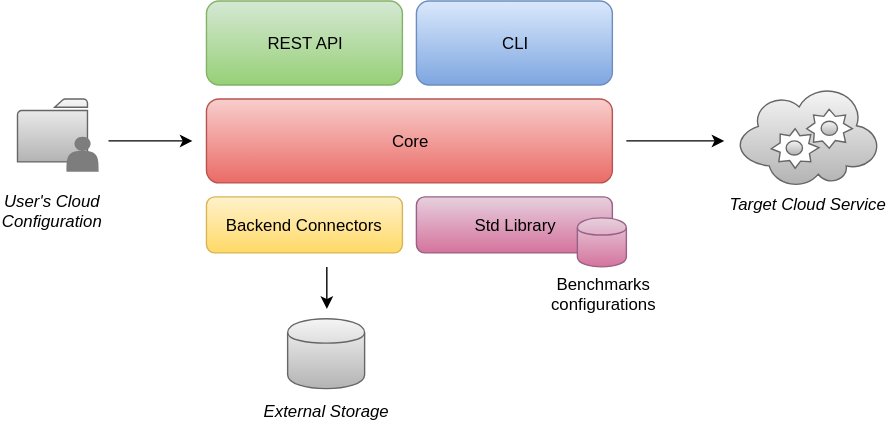
Above: src/images/architecture.svg in benchmarking-suite/benchsuite-docs (draw.io), before the change. Source tidied: cells renumbered, new cells last; positions are measured from the earlier drawing's top-left corner, leaving out a move shared by most shapes. Source of this version:
```xml
<mxGraphModel>
  <root>
    <mxCell id="0" />
    <mxCell id="1" parent="0" />
    <mxCell id="2" value="REST API" style="rounded=1;whiteSpace=wrap;html=1;fillColor=#d5e8d4;strokeColor=#82b366;gradientColor=#97d077;" parent="1" vertex="1">
      <mxGeometry x="135" width="140" height="60" as="geometry" />
    </mxCell>
    <mxCell id="3" value="Core" style="rounded=1;whiteSpace=wrap;html=1;fillColor=#f8cecc;strokeColor=#b85450;gradientColor=#ea6b66;" parent="1" vertex="1">
      <mxGeometry x="135" y="70" width="290" height="60" as="geometry" />
    </mxCell>
    <mxCell id="4" value="CLI" style="rounded=1;whiteSpace=wrap;html=1;fillColor=#dae8fc;strokeColor=#6c8ebf;gradientColor=#7ea6e0;" parent="1" vertex="1">
      <mxGeometry x="285" width="140" height="60" as="geometry" />
    </mxCell>
    <mxCell id="5" style="shape=cylinder;whiteSpace=wrap;html=1;boundedLbl=1;fillColor=#f5f5f5;strokeColor=#666666;gradientColor=#b3b3b3;" parent="1" vertex="1">
      <mxGeometry x="193" y="227" width="55" height="50" as="geometry" />
    </mxCell>
    <mxCell id="6" value="Backend Connectors" style="rounded=1;whiteSpace=wrap;html=1;fillColor=#fff2cc;strokeColor=#d6b656;gradientColor=#ffd966;" parent="1" vertex="1">
      <mxGeometry x="135" y="140" width="140" height="40" as="geometry" />
    </mxCell>
    <mxCell id="7" value="Std Library" style="rounded=1;whiteSpace=wrap;html=1;fillColor=#e6d0de;strokeColor=#996185;gradientColor=#d5739d;" parent="1" vertex="1">
      <mxGeometry x="285" y="140" width="140" height="40" as="geometry" />
    </mxCell>
    <mxCell id="8" style="shape=cylinder;whiteSpace=wrap;html=1;boundedLbl=1;fillColor=#e6d0de;strokeColor=#996185;gradientColor=#d5739d;" parent="1" vertex="1">
      <mxGeometry x="400" y="155" width="35" height="35" as="geometry" />
    </mxCell>
    <mxCell id="9" value="Benchmarks&lt;div&gt;configurations&lt;/div&gt;" style="text;html=1;strokeColor=none;fillColor=none;align=center;verticalAlign=middle;whiteSpace=wrap;fontStyle=0;" parent="1" vertex="1">
      <mxGeometry x="398" y="196" width="40" height="25" as="geometry" />
    </mxCell>
    <mxCell id="10" value="&lt;i&gt;External Storage&lt;/i&gt;" style="text;html=1;strokeColor=none;fillColor=none;align=center;verticalAlign=middle;whiteSpace=wrap;" parent="1" vertex="1">
      <mxGeometry x="171" y="283" width="100" height="20" as="geometry" />
    </mxCell>
    <mxCell id="11" style="shadow=0;dashed=0;html=1;strokeColor=#666666;labelPosition=center;verticalLabelPosition=bottom;verticalAlign=top;shape=mxgraph.office.concepts.folder;fillColor=#f5f5f5;align=left;gradientColor=#b3b3b3;" parent="1" vertex="1">
      <mxGeometry y="70" width="50" height="45" as="geometry" />
    </mxCell>
    <mxCell id="12" style="shadow=0;dashed=0;html=1;strokeColor=#666666;fillColor=#f5f5f5;labelPosition=center;verticalLabelPosition=bottom;verticalAlign=top;shape=mxgraph.azure.cloud_service;align=left;gradientColor=#b3b3b3;" parent="1" vertex="1">
      <mxGeometry x="515" y="62" width="100" height="70" as="geometry" />
    </mxCell>
    <mxCell id="13" style="shape=actor;whiteSpace=wrap;html=1;strokeColor=none;fillColor=#7D7D7D;align=left;" parent="1" vertex="1">
      <mxGeometry x="35" y="97" width="23" height="25" as="geometry" />
    </mxCell>
    <mxCell id="14" value="User's Cloud Configuration" style="text;html=1;strokeColor=none;fillColor=none;align=center;verticalAlign=middle;whiteSpace=wrap;fontStyle=2;" parent="1" vertex="1">
      <mxGeometry x="5" y="140" width="40" height="20" as="geometry" />
    </mxCell>
    <mxCell id="15" style="endArrow=none;startArrow=classic;html=1;endFill=0;" parent="1" edge="1">
      <mxGeometry relative="1" as="geometry">
        <mxPoint x="221" y="220" as="sourcePoint" />
        <mxPoint x="221" y="190" as="targetPoint" />
      </mxGeometry>
    </mxCell>
    <mxCell id="16" style="endArrow=classic;html=1;" parent="1" edge="1">
      <mxGeometry relative="1" as="geometry">
        <mxPoint x="435" y="100" as="sourcePoint" />
        <mxPoint x="505" y="100" as="targetPoint" />
      </mxGeometry>
    </mxCell>
    <mxCell id="17" style="endArrow=classic;html=1;" parent="1" edge="1">
      <mxGeometry relative="1" as="geometry">
        <mxPoint x="65" y="100" as="sourcePoint" />
        <mxPoint x="125" y="100" as="targetPoint" />
      </mxGeometry>
    </mxCell>
    <mxCell id="18" value="Target Cloud Service" style="text;html=1;strokeColor=none;fillColor=none;align=center;verticalAlign=middle;whiteSpace=wrap;fontStyle=2;" parent="1" vertex="1">
      <mxGeometry x="505" y="135" width="120" height="20" as="geometry" />
    </mxCell>
  </root>
</mxGraphModel>
```
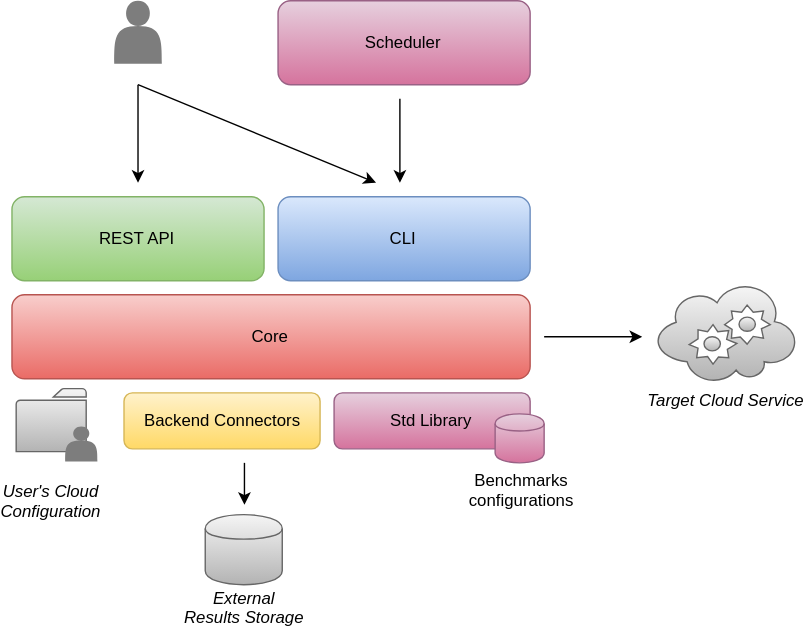
The same file after the commit.

Commit message:
updated architecture to add the scheduler

The edit, as a diff of the source:
```diff
@@ -3,13 +3,13 @@
     <mxCell id="0" />
     <mxCell id="1" parent="0" />
     <mxCell id="2" value="REST API" style="rounded=1;whiteSpace=wrap;html=1;fillColor=#d5e8d4;strokeColor=#82b366;gradientColor=#97d077;" parent="1" vertex="1">
-      <mxGeometry x="135" width="140" height="60" as="geometry" />
+      <mxGeometry x="55" width="180" height="60" as="geometry" />
     </mxCell>
     <mxCell id="3" value="Core" style="rounded=1;whiteSpace=wrap;html=1;fillColor=#f8cecc;strokeColor=#b85450;gradientColor=#ea6b66;" parent="1" vertex="1">
-      <mxGeometry x="135" y="70" width="290" height="60" as="geometry" />
+      <mxGeometry x="55" y="70" width="370" height="60" as="geometry" />
     </mxCell>
     <mxCell id="4" value="CLI" style="rounded=1;whiteSpace=wrap;html=1;fillColor=#dae8fc;strokeColor=#6c8ebf;gradientColor=#7ea6e0;" parent="1" vertex="1">
-      <mxGeometry x="285" width="140" height="60" as="geometry" />
+      <mxGeometry x="245" width="180" height="60" as="geometry" />
     </mxCell>
     <mxCell id="5" style="shape=cylinder;whiteSpace=wrap;html=1;boundedLbl=1;fillColor=#f5f5f5;strokeColor=#666666;gradientColor=#b3b3b3;" parent="1" vertex="1">
       <mxGeometry x="193" y="227" width="55" height="50" as="geometry" />
@@ -26,20 +26,20 @@
     <mxCell id="9" value="Benchmarks&lt;div&gt;configurations&lt;/div&gt;" style="text;html=1;strokeColor=none;fillColor=none;align=center;verticalAlign=middle;whiteSpace=wrap;fontStyle=0;" parent="1" vertex="1">
       <mxGeometry x="398" y="196" width="40" height="25" as="geometry" />
     </mxCell>
-    <mxCell id="10" value="&lt;i&gt;External Storage&lt;/i&gt;" style="text;html=1;strokeColor=none;fillColor=none;align=center;verticalAlign=middle;whiteSpace=wrap;" parent="1" vertex="1">
+    <mxCell id="10" value="&lt;i&gt;External&lt;/i&gt;&lt;div&gt;&lt;i&gt;Results Storage&lt;/i&gt;&lt;/div&gt;" style="text;html=1;strokeColor=none;fillColor=none;align=center;verticalAlign=middle;whiteSpace=wrap;" parent="1" vertex="1">
       <mxGeometry x="171" y="283" width="100" height="20" as="geometry" />
     </mxCell>
     <mxCell id="11" style="shadow=0;dashed=0;html=1;strokeColor=#666666;labelPosition=center;verticalLabelPosition=bottom;verticalAlign=top;shape=mxgraph.office.concepts.folder;fillColor=#f5f5f5;align=left;gradientColor=#b3b3b3;" parent="1" vertex="1">
-      <mxGeometry y="70" width="50" height="45" as="geometry" />
+      <mxGeometry x="58" y="137" width="50" height="45" as="geometry" />
     </mxCell>
     <mxCell id="12" style="shadow=0;dashed=0;html=1;strokeColor=#666666;fillColor=#f5f5f5;labelPosition=center;verticalLabelPosition=bottom;verticalAlign=top;shape=mxgraph.azure.cloud_service;align=left;gradientColor=#b3b3b3;" parent="1" vertex="1">
       <mxGeometry x="515" y="62" width="100" height="70" as="geometry" />
     </mxCell>
     <mxCell id="13" style="shape=actor;whiteSpace=wrap;html=1;strokeColor=none;fillColor=#7D7D7D;align=left;" parent="1" vertex="1">
-      <mxGeometry x="35" y="97" width="23" height="25" as="geometry" />
+      <mxGeometry x="93" y="164" width="23" height="25" as="geometry" />
     </mxCell>
     <mxCell id="14" value="User's Cloud Configuration" style="text;html=1;strokeColor=none;fillColor=none;align=center;verticalAlign=middle;whiteSpace=wrap;fontStyle=2;" parent="1" vertex="1">
-      <mxGeometry x="5" y="140" width="40" height="20" as="geometry" />
+      <mxGeometry x="63" y="207" width="40" height="20" as="geometry" />
     </mxCell>
     <mxCell id="15" style="endArrow=none;startArrow=classic;html=1;endFill=0;" parent="1" edge="1">
       <mxGeometry relative="1" as="geometry">
@@ -53,14 +53,32 @@
         <mxPoint x="505" y="100" as="targetPoint" />
       </mxGeometry>
     </mxCell>
-    <mxCell id="17" style="endArrow=classic;html=1;" parent="1" edge="1">
-      <mxGeometry relative="1" as="geometry">
-        <mxPoint x="65" y="100" as="sourcePoint" />
-        <mxPoint x="125" y="100" as="targetPoint" />
-      </mxGeometry>
-    </mxCell>
     <mxCell id="18" value="Target Cloud Service" style="text;html=1;strokeColor=none;fillColor=none;align=center;verticalAlign=middle;whiteSpace=wrap;fontStyle=2;" parent="1" vertex="1">
       <mxGeometry x="505" y="135" width="120" height="20" as="geometry" />
     </mxCell>
+    <mxCell id="19" value="Scheduler" style="rounded=1;whiteSpace=wrap;html=1;fillColor=#e6d0de;strokeColor=#996185;shadow=0;gradientColor=#d5739d;" parent="1" vertex="1">
+      <mxGeometry x="245" y="-140" width="180" height="60" as="geometry" />
+    </mxCell>
+    <mxCell id="20" style="shape=actor;whiteSpace=wrap;html=1;strokeColor=none;fillColor=#7D7D7D;align=left;" parent="1" vertex="1">
+      <mxGeometry x="128" y="-140" width="34" height="45" as="geometry" />
+    </mxCell>
+    <mxCell id="21" style="endArrow=classic;html=1;" parent="1" edge="1">
+      <mxGeometry relative="1" as="geometry">
+        <mxPoint x="145" y="-80" as="sourcePoint" />
+        <mxPoint x="145" y="-10" as="targetPoint" />
+      </mxGeometry>
+    </mxCell>
+    <mxCell id="22" style="endArrow=classic;html=1;" parent="1" edge="1">
+      <mxGeometry relative="1" as="geometry">
+        <mxPoint x="145" y="-80" as="sourcePoint" />
+        <mxPoint x="315" y="-10" as="targetPoint" />
+      </mxGeometry>
+    </mxCell>
+    <mxCell id="23" style="endArrow=classic;html=1;" parent="1" edge="1">
+      <mxGeometry relative="1" as="geometry">
+        <mxPoint x="332" y="-70" as="sourcePoint" />
+        <mxPoint x="332" y="-10" as="targetPoint" />
+      </mxGeometry>
+    </mxCell>
   </root>
 </mxGraphModel>
```
